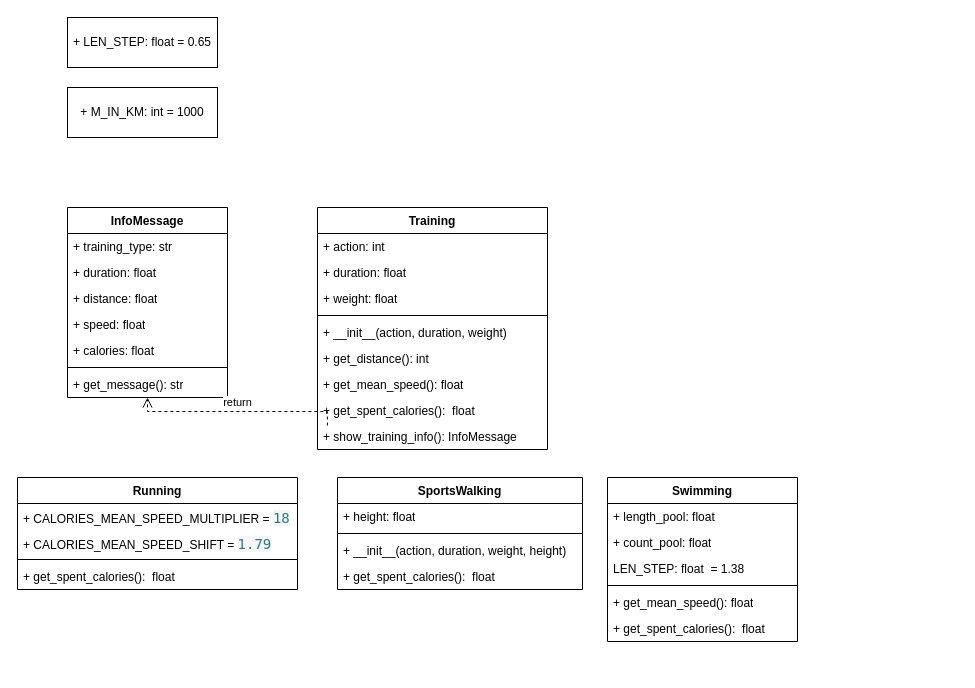
This is Диаграмма без названия.drawio from Maksonchik88/diagrams, a draw.io file, before an edit. Source tidied: cells renumbered, new cells numbered last; positions are measured from the earlier drawing's top-left corner, leaving out a move shared by most shapes. Both pictures are drawn from the tidied source at 100%, with x=0, y=0 at pixel (17, 17).
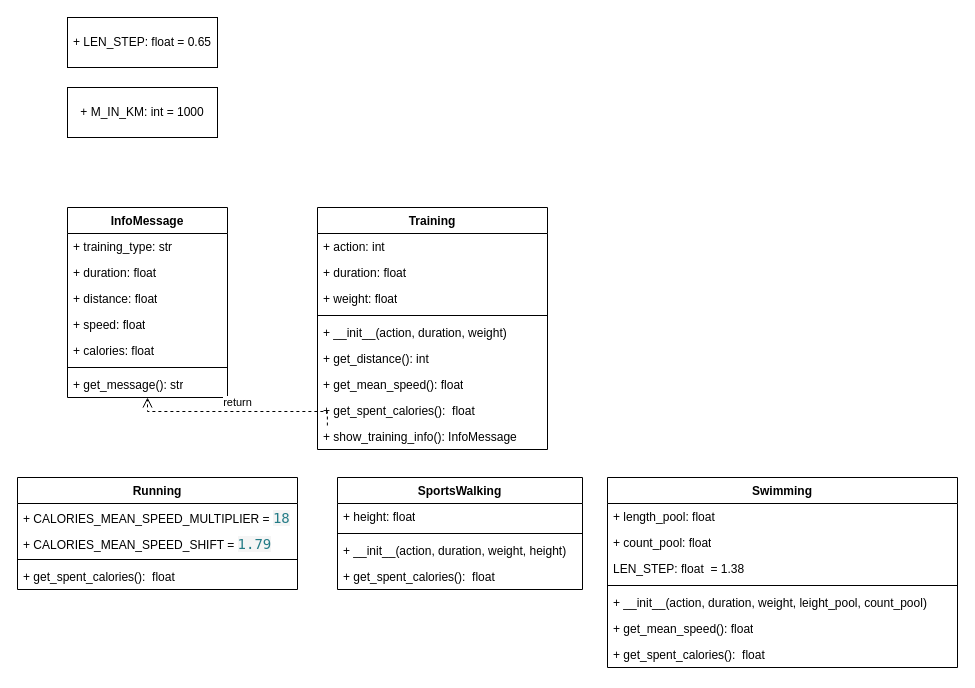
The same page after the edit.

The edit, as a diff of the source:
```diff
@@
     <mxCell id="31" value="Swimming" style="swimlane;fontStyle=1;align=center;verticalAlign=top;horizontal=1;startSize=26;whiteSpace=wrap;html=1;direction=east;" parent="1" vertex="1">
-      <mxGeometry x="590" y="460" width="190" height="164" as="geometry" />
+      <mxGeometry x="590" y="460" width="350" height="190" as="geometry" />
     </mxCell>
     <mxCell id="32" value="+&amp;nbsp;length_pool: float" style="text;strokeColor=none;fillColor=none;align=left;verticalAlign=top;spacingLeft=4;spacingRight=4;overflow=hidden;whiteSpace=wrap;html=1;" parent="31" vertex="1">
-      <mxGeometry y="26" width="190" height="26" as="geometry" />
+      <mxGeometry y="26" width="350" height="26" as="geometry" />
     </mxCell>
     <mxCell id="33" value="+&amp;nbsp;count_pool: float" style="text;strokeColor=none;fillColor=none;align=left;verticalAlign=top;spacingLeft=4;spacingRight=4;overflow=hidden;whiteSpace=wrap;html=1;" parent="31" vertex="1">
-      <mxGeometry y="52" width="190" height="26" as="geometry" />
+      <mxGeometry y="52" width="350" height="26" as="geometry" />
     </mxCell>
     <mxCell id="34" value="LEN_STEP: float&amp;nbsp; =&amp;nbsp;1.38" style="text;strokeColor=none;fillColor=none;align=left;verticalAlign=top;spacingLeft=4;spacingRight=4;overflow=hidden;whiteSpace=wrap;html=1;" parent="31" vertex="1">
-      <mxGeometry y="78" width="190" height="26" as="geometry" />
+      <mxGeometry y="78" width="350" height="26" as="geometry" />
     </mxCell>
     <mxCell id="35" style="line;strokeWidth=1;fillColor=none;align=left;verticalAlign=middle;spacingTop=-1;spacingLeft=3;spacingRight=3;labelPosition=right;strokeColor=inherit;" parent="31" vertex="1">
-      <mxGeometry y="104" width="190" height="8" as="geometry" />
+      <mxGeometry y="104" width="350" height="8" as="geometry" />
     </mxCell>
-    <mxCell id="36" value="+&amp;nbsp;get_mean_speed(): float" style="text;strokeColor=none;fillColor=none;align=left;verticalAlign=top;spacingLeft=4;spacingRight=4;overflow=hidden;whiteSpace=wrap;html=1;" parent="31" vertex="1">
-      <mxGeometry y="112" width="190" height="26" as="geometry" />
+    <mxCell id="36" value="+ __init__(action, duration, weight, leight_pool, count_pool)" style="text;strokeColor=none;fillColor=none;align=left;verticalAlign=top;spacingLeft=4;spacingRight=4;overflow=hidden;whiteSpace=wrap;html=1;" parent="31" vertex="1">
+      <mxGeometry y="112" width="350" height="26" as="geometry" />
     </mxCell>
+    <mxCell id="40" value="+&amp;nbsp;get_mean_speed(): float" style="text;strokeColor=none;fillColor=none;align=left;verticalAlign=top;spacingLeft=4;spacingRight=4;overflow=hidden;whiteSpace=wrap;html=1;" parent="31" vertex="1">
+      <mxGeometry y="138" width="350" height="26" as="geometry" />
+    </mxCell>
     <mxCell id="37" value="+&amp;nbsp;get_spent_calories():&amp;nbsp; float" style="text;strokeColor=none;fillColor=none;align=left;verticalAlign=top;spacingLeft=4;spacingRight=4;overflow=hidden;whiteSpace=wrap;html=1;" parent="31" vertex="1">
-      <mxGeometry y="138" width="190" height="26" as="geometry" />
+      <mxGeometry y="164" width="350" height="26" as="geometry" />
     </mxCell>
```
